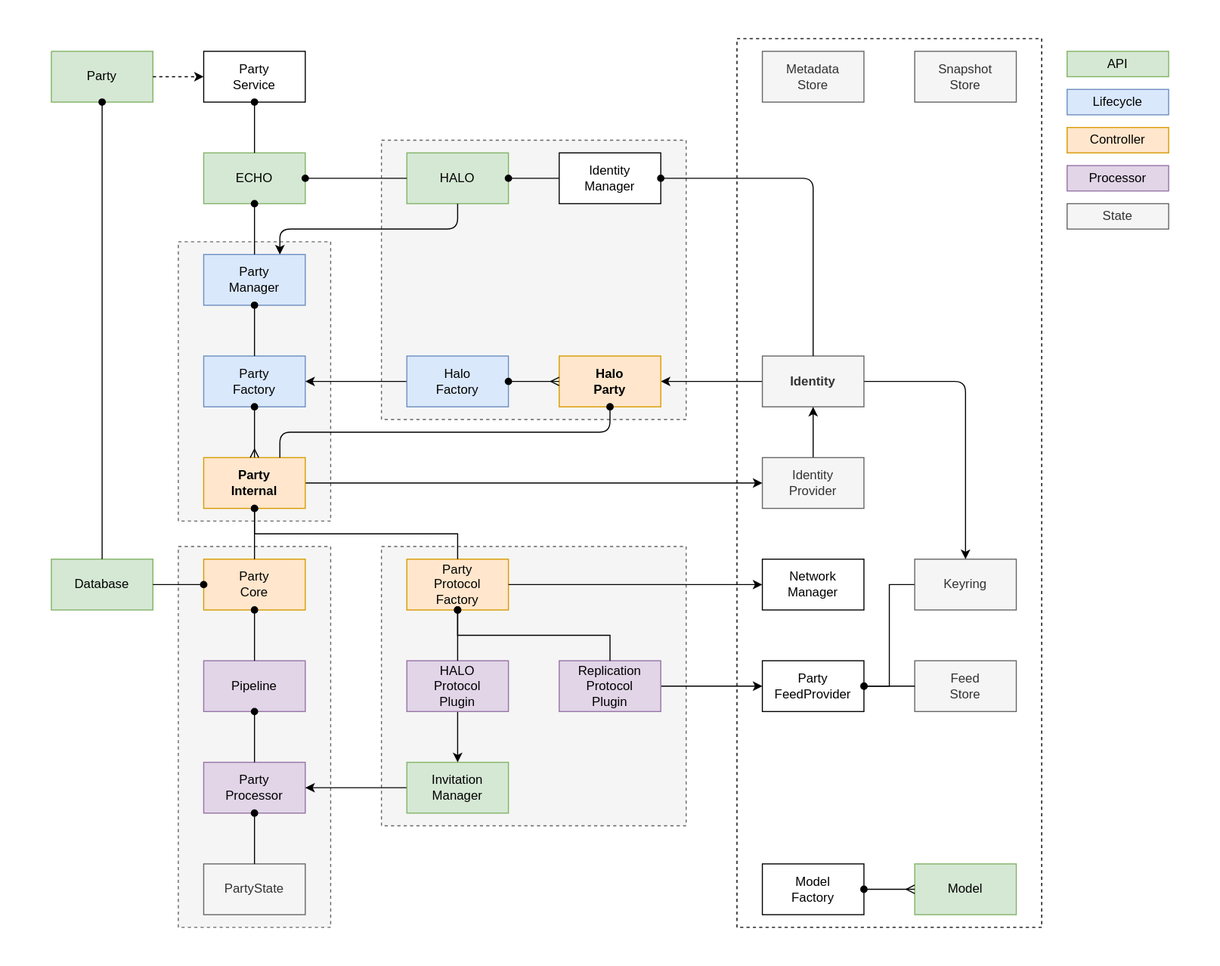
This is docs/design/diagrams/echo-db.drawio.svg from dxos/dxos, a draw.io export, as it was before one commit. Source tidied: cells renumbered, new cells last; positions are measured from the earlier drawing's top-left corner, leaving out a move shared by most shapes.
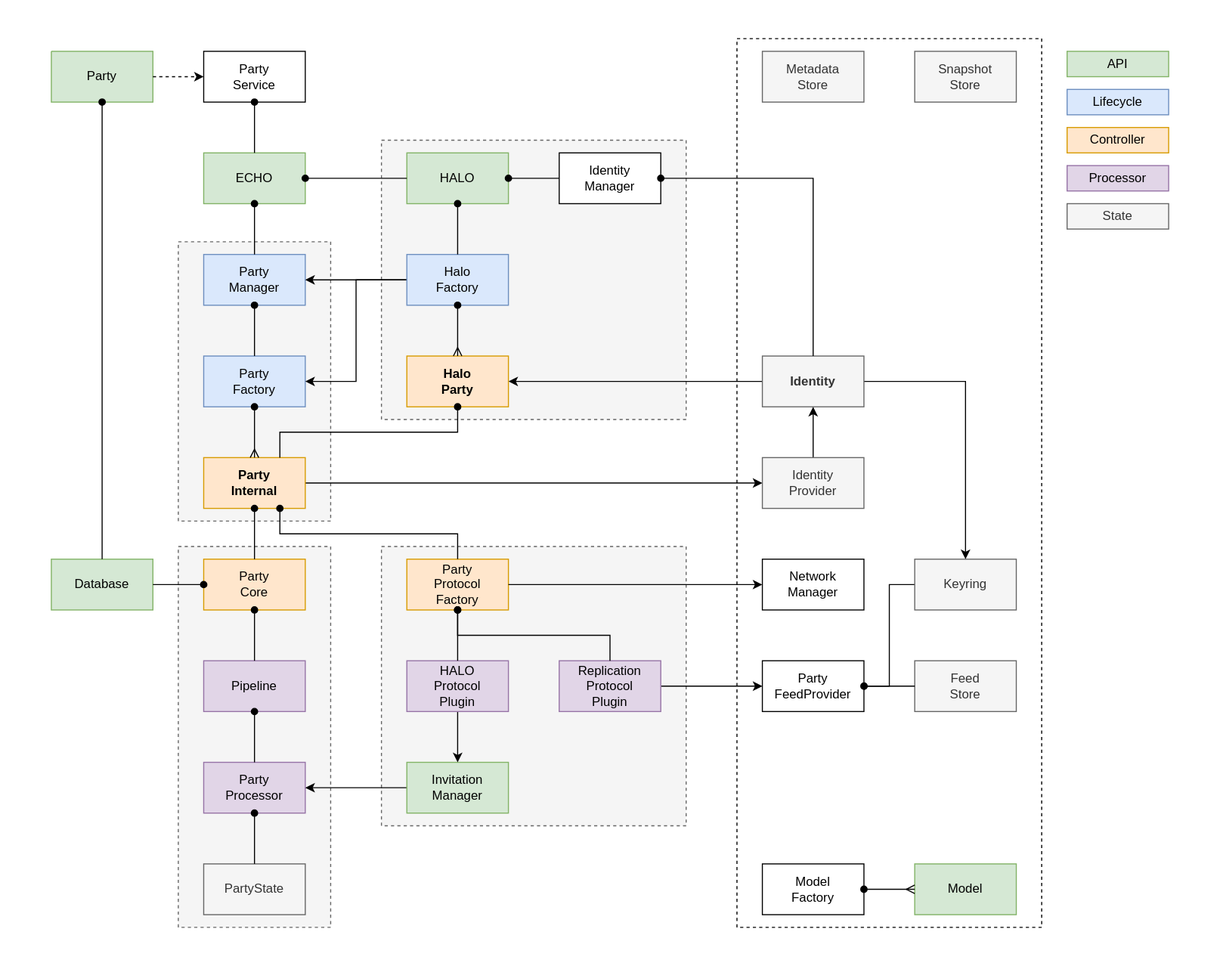
The same file after the commit.

Change to the diagram source:
```diff
@@ -2,13 +2,13 @@
   <root>
     <mxCell id="0" />
     <mxCell id="1" parent="0" />
+    <mxCell id="3" style="rounded=0;whiteSpace=wrap;html=1;dashed=1;fillColor=none;" parent="1" vertex="1">
+      <mxGeometry x="696" y="36" width="288" height="840" as="geometry" />
+    </mxCell>
     <mxCell id="2" style="rounded=0;whiteSpace=wrap;html=1;dashed=1;fillColor=#f5f5f5;fontColor=#333333;strokeColor=#666666;" parent="1" vertex="1">
       <mxGeometry x="360" y="516" width="288" height="264" as="geometry" />
     </mxCell>
-    <mxCell id="3" style="rounded=0;whiteSpace=wrap;html=1;dashed=1;fillColor=none;" parent="1" vertex="1">
-      <mxGeometry x="696" y="36" width="288" height="840" as="geometry" />
-    </mxCell>
-    <mxCell id="4" style="rounded=0;whiteSpace=wrap;html=1;dashed=1;fillColor=#f5f5f5;fontColor=#333333;strokeColor=#666666;" parent="1" vertex="1">
+    <mxCell id="4" style="rounded=0;whiteSpace=wrap;html=1;dashed=1;fillColor=#f5f5f5;fontColor=#333333;strokeColor=#666666;perimeterSpacing=0;" parent="1" vertex="1">
       <mxGeometry x="360" y="132" width="288" height="264" as="geometry" />
     </mxCell>
     <mxCell id="5" style="rounded=0;whiteSpace=wrap;html=1;dashed=1;fillColor=#f5f5f5;fontColor=#333333;strokeColor=#666666;" parent="1" vertex="1">
@@ -172,7 +172,7 @@
     <mxCell id="56" style="edgeStyle=orthogonalEdgeStyle;rounded=0;jettySize=auto;html=1;exitX=1;exitY=0.5;exitDx=0;exitDy=0;startArrow=oval;startFill=1;endArrow=none;endFill=0;" parent="1" edge="1" source="41" target="55">
       <mxGeometry relative="1" as="geometry" />
     </mxCell>
-    <mxCell id="57" style="edgeStyle=orthogonalEdgeStyle;rounded=0;jettySize=auto;html=1;exitX=0.5;exitY=1;exitDx=0;exitDy=0;entryX=0.5;entryY=0;entryDx=0;entryDy=0;startArrow=oval;startFill=1;endArrow=none;endFill=0;" parent="1" edge="1" source="17" target="22">
+    <mxCell id="57" style="edgeStyle=orthogonalEdgeStyle;rounded=0;jettySize=auto;html=1;exitX=0.75;exitY=1;exitDx=0;exitDy=0;entryX=0.5;entryY=0;entryDx=0;entryDy=0;startArrow=oval;startFill=1;endArrow=none;endFill=0;" parent="1" edge="1" source="17" target="22">
       <mxGeometry relative="1" as="geometry" />
     </mxCell>
     <mxCell id="58" style="edgeStyle=orthogonalEdgeStyle;rounded=0;jettySize=auto;html=1;startArrow=oval;startFill=1;endArrow=none;endFill=0;" parent="1" edge="1" target="50">
@@ -196,7 +196,7 @@
     <mxCell id="62" style="edgeStyle=none;html=1;exitX=0;exitY=0.5;exitDx=0;exitDy=0;entryX=1;entryY=0.5;entryDx=0;entryDy=0;startArrow=none;startFill=0;endArrow=classic;endFill=1;" parent="1" edge="1" source="64" target="66">
       <mxGeometry relative="1" as="geometry" />
     </mxCell>
-    <mxCell id="63" style="edgeStyle=none;html=1;exitX=1;exitY=0.5;exitDx=0;exitDy=0;entryX=0.5;entryY=0;entryDx=0;entryDy=0;startArrow=none;startFill=0;endArrow=classic;endFill=1;" parent="1" edge="1" source="64" target="25">
+    <mxCell id="63" style="edgeStyle=none;html=1;exitX=1;exitY=0.5;exitDx=0;exitDy=0;entryX=0.5;entryY=0;entryDx=0;entryDy=0;startArrow=none;startFill=0;endArrow=classic;endFill=1;rounded=0;" parent="1" edge="1" source="64" target="25">
       <mxGeometry relative="1" as="geometry">
         <Array as="points">
           <mxPoint x="912" y="360" />
@@ -206,7 +206,7 @@
     <mxCell id="64" value="Identity" style="rounded=0;whiteSpace=wrap;html=1;fillColor=#f5f5f5;fontColor=#333333;strokeColor=#666666;fontStyle=1;" parent="1" vertex="1">
       <mxGeometry x="720" y="336" width="96" height="48" as="geometry" />
     </mxCell>
-    <mxCell id="65" style="edgeStyle=none;html=1;exitX=1;exitY=0.5;exitDx=0;exitDy=0;startArrow=oval;startFill=1;endArrow=none;endFill=0;" parent="1" edge="1" source="61" target="64">
+    <mxCell id="65" style="edgeStyle=none;html=1;exitX=1;exitY=0.5;exitDx=0;exitDy=0;startArrow=oval;startFill=1;endArrow=none;endFill=0;rounded=0;" parent="1" edge="1" source="61" target="64">
       <mxGeometry relative="1" as="geometry">
         <Array as="points">
           <mxPoint x="768" y="168" />
@@ -214,34 +214,34 @@
       </mxGeometry>
     </mxCell>
     <mxCell id="66" value="Halo&lt;br&gt;Party" style="rounded=0;whiteSpace=wrap;html=1;fontStyle=1;fillColor=#ffe6cc;strokeColor=#d79b00;" parent="1" vertex="1">
-      <mxGeometry x="528" y="336" width="96" height="48" as="geometry" />
+      <mxGeometry x="384" y="336" width="96" height="48" as="geometry" />
     </mxCell>
     <mxCell id="67" style="edgeStyle=none;html=1;exitX=1;exitY=0.5;exitDx=0;exitDy=0;entryX=0;entryY=0.5;entryDx=0;entryDy=0;startArrow=oval;startFill=1;endArrow=none;endFill=0;" parent="1" edge="1" source="55" target="61">
       <mxGeometry relative="1" as="geometry" />
     </mxCell>
-    <mxCell id="68" style="edgeStyle=none;html=1;exitX=0.5;exitY=1;exitDx=0;exitDy=0;entryX=0.75;entryY=0;entryDx=0;entryDy=0;startArrow=none;startFill=0;endArrow=classic;endFill=1;" parent="1" edge="1" source="55" target="40">
-      <mxGeometry relative="1" as="geometry">
-        <Array as="points">
-          <mxPoint x="432" y="216" />
-          <mxPoint x="264" y="216" />
-        </Array>
-      </mxGeometry>
-    </mxCell>
-    <mxCell id="69" style="edgeStyle=none;html=1;exitX=0.5;exitY=1;exitDx=0;exitDy=0;entryX=0.75;entryY=0;entryDx=0;entryDy=0;startArrow=oval;startFill=1;endArrow=none;endFill=0;" parent="1" edge="1" source="66" target="17">
+    <mxCell id="69" style="edgeStyle=none;html=1;exitX=0.5;exitY=1;exitDx=0;exitDy=0;entryX=0.75;entryY=0;entryDx=0;entryDy=0;startArrow=oval;startFill=1;endArrow=none;endFill=0;rounded=0;" parent="1" edge="1" source="66" target="17">
       <mxGeometry relative="1" as="geometry">
         <Array as="points">
-          <mxPoint x="576" y="408" />
+          <mxPoint x="432" y="408" />
           <mxPoint x="264" y="408" />
         </Array>
       </mxGeometry>
     </mxCell>
-    <mxCell id="70" style="edgeStyle=none;html=1;exitX=0;exitY=0.5;exitDx=0;exitDy=0;entryX=1;entryY=0.5;entryDx=0;entryDy=0;startArrow=none;startFill=0;endArrow=classic;endFill=1;" parent="1" edge="1" source="71" target="15">
-      <mxGeometry relative="1" as="geometry" />
+    <mxCell id="70" style="edgeStyle=none;html=1;exitX=0;exitY=0.5;exitDx=0;exitDy=0;entryX=1;entryY=0.5;entryDx=0;entryDy=0;startArrow=none;startFill=0;endArrow=classic;endFill=1;rounded=0;" parent="1" edge="1" source="71" target="15">
+      <mxGeometry relative="1" as="geometry">
+        <Array as="points">
+          <mxPoint x="336" y="264" />
+          <mxPoint x="336" y="360" />
+        </Array>
+      </mxGeometry>
     </mxCell>
+    <mxCell id="75" style="edgeStyle=none;rounded=0;html=1;exitX=0;exitY=0.5;exitDx=0;exitDy=0;entryX=1;entryY=0.5;entryDx=0;entryDy=0;startArrow=none;startFill=0;endArrow=classic;endFill=1;" parent="1" edge="1" source="71" target="40">
+      <mxGeometry relative="1" as="geometry" />
+    </mxCell>
     <mxCell id="71" value="Halo&lt;br&gt;Factory" style="rounded=0;whiteSpace=wrap;html=1;fillColor=#dae8fc;strokeColor=#6c8ebf;" parent="1" vertex="1">
-      <mxGeometry x="384" y="336" width="96" height="48" as="geometry" />
+      <mxGeometry x="384" y="240" width="96" height="48" as="geometry" />
     </mxCell>
-    <mxCell id="72" style="edgeStyle=none;html=1;exitX=1;exitY=0.5;exitDx=0;exitDy=0;entryX=0;entryY=0.5;entryDx=0;entryDy=0;startArrow=oval;startFill=1;endArrow=ERmany;endFill=0;" parent="1" edge="1" source="71" target="66">
+    <mxCell id="72" style="edgeStyle=none;html=1;exitX=0.5;exitY=1;exitDx=0;exitDy=0;entryX=0.5;entryY=0;entryDx=0;entryDy=0;startArrow=oval;startFill=1;endArrow=ERmany;endFill=0;" parent="1" edge="1" source="71" target="66">
       <mxGeometry relative="1" as="geometry" />
     </mxCell>
     <mxCell id="73" style="edgeStyle=none;html=1;exitX=0.5;exitY=0;exitDx=0;exitDy=0;entryX=0.5;entryY=1;entryDx=0;entryDy=0;startArrow=none;startFill=0;endArrow=classic;endFill=1;" parent="1" edge="1" source="74" target="64">
@@ -250,5 +250,8 @@
     <mxCell id="74" value="Identity&lt;br&gt;Provider" style="rounded=0;whiteSpace=wrap;html=1;fillColor=#f5f5f5;fontColor=#333333;strokeColor=#666666;" parent="1" vertex="1">
       <mxGeometry x="720" y="432" width="96" height="48" as="geometry" />
     </mxCell>
+    <mxCell id="76" style="edgeStyle=none;rounded=0;html=1;exitX=0.5;exitY=1;exitDx=0;exitDy=0;startArrow=oval;startFill=1;endArrow=none;endFill=0;" parent="1" edge="1" source="55" target="71">
+      <mxGeometry relative="1" as="geometry" />
+    </mxCell>
   </root>
 </mxGraphModel>
```
